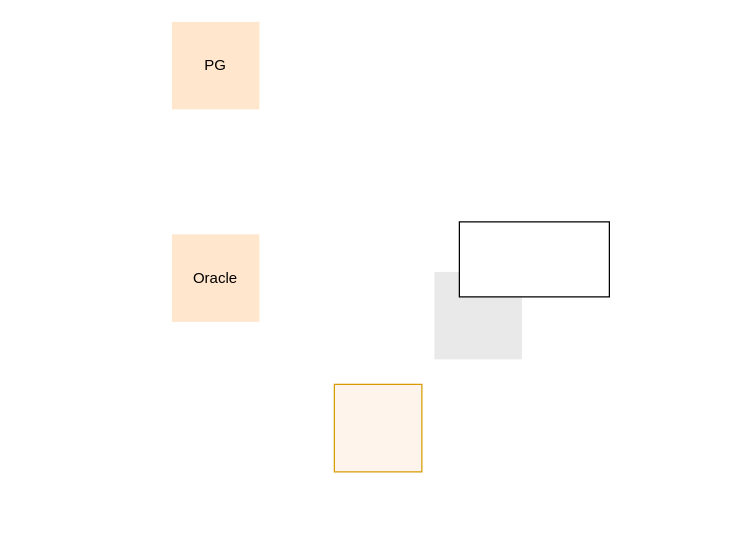
Before: net/docs/Untitled Diagram.drawio in andrey-belchenko/sql-builder-web, a draw.io diagram. Source tidied: cells renumbered, new cells numbered last; positions are measured from the earlier drawing's top-left corner, leaving out a move shared by most shapes. Both pictures are drawn from the tidied source at 125%, with x=0, y=0 at pixel (171, 21).
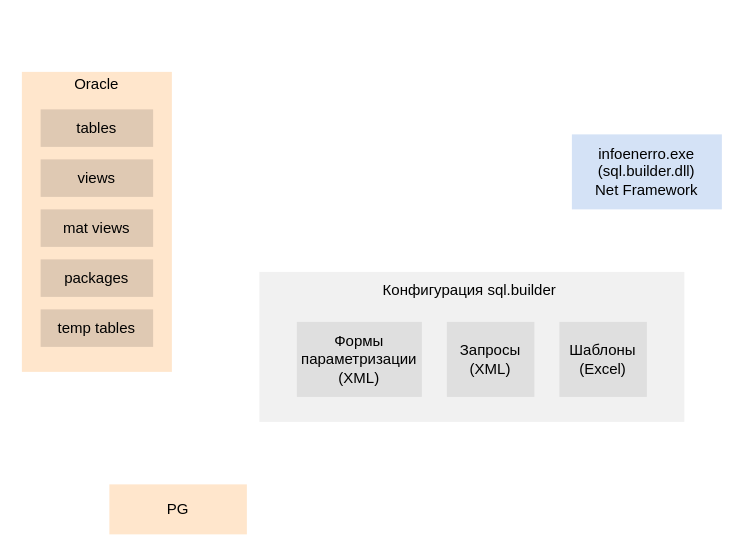
The same diagram, later.

Commit message:
Reports WEB Arch.drawio

The edit, as a diff of the source:
```diff
@@
 <mxGraphModel>
   <root>
     <mxCell id="0" />
     <mxCell id="1" parent="0" />
+    <mxCell id="7" style="rounded=0;whiteSpace=wrap;html=1;shadow=0;fillStyle=auto;align=center;verticalAlign=middle;fontFamily=Helvetica;fontSize=12;fontColor=default;fillColor=#F1F1F1;strokeColor=none;" parent="1" vertex="1">
+      <mxGeometry x="70" y="200" width="340" height="120" as="geometry" />
+    </mxCell>
+    <mxCell id="6" value="Формы параметризации (XML)" style="rounded=0;whiteSpace=wrap;html=1;shadow=0;fillStyle=auto;align=center;verticalAlign=middle;fontFamily=Helvetica;fontSize=12;fontColor=default;fillColor=#DFDFDF;strokeColor=none;" parent="1" vertex="1">
+      <mxGeometry x="100" y="240" width="100" height="60" as="geometry" />
+    </mxCell>
-    <mxCell id="2" value="PG" style="whiteSpace=wrap;html=1;fillColor=#ffe6cc;strokeColor=none;fillStyle=auto;rounded=0;" parent="1" vertex="1">
-      <mxGeometry width="70" height="70" as="geometry" />
+    <mxCell id="2" value="PG" style="rounded=0;whiteSpace=wrap;html=1;fillStyle=auto;align=center;verticalAlign=middle;fontFamily=Helvetica;fontSize=12;fontColor=default;fillColor=#ffe6cc;strokeColor=none;" parent="1" vertex="1">
+      <mxGeometry x="-50" y="370" width="110" height="40" as="geometry" />
     </mxCell>
-    <mxCell id="3" style="whiteSpace=wrap;html=1;fillColor=#FFF4EB;strokeColor=#d79b00;fillStyle=auto;" parent="1" vertex="1">
-      <mxGeometry x="130" y="290" width="70" height="70" as="geometry" />
-    </mxCell>
+    <mxCell id="8" style="rounded=0;whiteSpace=wrap;html=1;fillStyle=auto;align=center;verticalAlign=middle;fontFamily=Helvetica;fontSize=12;fontColor=default;fillColor=#ffe6cc;strokeColor=none;" parent="1" vertex="1">
+      <mxGeometry x="-120" y="40" width="120" height="240" as="geometry" />
+    </mxCell>
+    <mxCell id="9" value="Запросы (XML)" style="rounded=0;whiteSpace=wrap;html=1;shadow=0;fillStyle=auto;align=center;verticalAlign=middle;fontFamily=Helvetica;fontSize=12;fontColor=default;fillColor=#DFDFDF;strokeColor=none;" parent="1" vertex="1">
+      <mxGeometry x="220" y="240" width="70" height="60" as="geometry" />
+    </mxCell>
+    <mxCell id="10" value="Шаблоны (Excel)" style="rounded=0;whiteSpace=wrap;html=1;shadow=0;fillStyle=auto;align=center;verticalAlign=middle;fontFamily=Helvetica;fontSize=12;fontColor=default;fillColor=#DFDFDF;strokeColor=none;" parent="1" vertex="1">
+      <mxGeometry x="310" y="240" width="70" height="60" as="geometry" />
+    </mxCell>
+    <mxCell id="11" value="Конфигурация sql.builder&amp;nbsp;" style="rounded=0;whiteSpace=wrap;html=1;fillColor=none;strokeColor=none;" parent="1" vertex="1">
+      <mxGeometry x="125" y="200" width="230" height="30" as="geometry" />
+    </mxCell>
-    <mxCell id="4" value="Oracle" style="whiteSpace=wrap;html=1;fillColor=#ffe6cc;strokeColor=none;fillStyle=auto;rounded=0;" parent="1" vertex="1">
-      <mxGeometry y="170" width="70" height="70" as="geometry" />
+    <mxCell id="4" value="Oracle" style="rounded=0;whiteSpace=wrap;html=1;fillStyle=auto;align=center;verticalAlign=middle;fontFamily=Helvetica;fontSize=12;fontColor=default;fillColor=none;strokeColor=none;" parent="1" vertex="1">
+      <mxGeometry x="-115" y="40" width="110" height="20" as="geometry" />
     </mxCell>
-    <mxCell id="5" style="whiteSpace=wrap;html=1;fillStyle=auto;rounded=0;strokeColor=none;fillColor=#E9E9E9;shadow=0;" parent="1" vertex="1">
-      <mxGeometry x="210" y="200" width="70" height="70" as="geometry" />
-    </mxCell>
-    <mxCell id="6" style="rounded=0;whiteSpace=wrap;html=1;" parent="1" vertex="1">
-      <mxGeometry x="230" y="160" width="120" height="60" as="geometry" />
-    </mxCell>
+    <mxCell id="12" value="packages" style="rounded=0;whiteSpace=wrap;html=1;fillStyle=auto;align=center;verticalAlign=middle;fontFamily=Helvetica;fontSize=12;fontColor=default;fillColor=#DFC9B3;strokeColor=none;" parent="1" vertex="1">
+      <mxGeometry x="-105" y="190" width="90" height="30" as="geometry" />
+    </mxCell>
+    <mxCell id="13" value="temp tables" style="rounded=0;whiteSpace=wrap;html=1;fillStyle=auto;align=center;verticalAlign=middle;fontFamily=Helvetica;fontSize=12;fontColor=default;fillColor=#DFC9B3;strokeColor=none;" parent="1" vertex="1">
+      <mxGeometry x="-105" y="230" width="90" height="30" as="geometry" />
+    </mxCell>
+    <mxCell id="14" value="mat views" style="rounded=0;whiteSpace=wrap;html=1;fillStyle=auto;align=center;verticalAlign=middle;fontFamily=Helvetica;fontSize=12;fontColor=default;fillColor=#DFC9B3;strokeColor=none;" parent="1" vertex="1">
+      <mxGeometry x="-105" y="150" width="90" height="30" as="geometry" />
+    </mxCell>
+    <mxCell id="15" value="tables" style="rounded=0;whiteSpace=wrap;html=1;fillStyle=auto;align=center;verticalAlign=middle;fontFamily=Helvetica;fontSize=12;fontColor=default;fillColor=#DFC9B3;strokeColor=none;" parent="1" vertex="1">
+      <mxGeometry x="-105" y="70" width="90" height="30" as="geometry" />
+    </mxCell>
+    <mxCell id="16" value="views" style="rounded=0;whiteSpace=wrap;html=1;fillStyle=auto;align=center;verticalAlign=middle;fontFamily=Helvetica;fontSize=12;fontColor=default;fillColor=#DFC9B3;strokeColor=none;" parent="1" vertex="1">
+      <mxGeometry x="-105" y="110" width="90" height="30" as="geometry" />
+    </mxCell>
+    <mxCell id="17" value="infoenerro.exe&lt;br&gt;(sql.builder.dll)&lt;br&gt;Net Framework" style="rounded=0;whiteSpace=wrap;html=1;fillColor=#D4E2F6;strokeColor=none;" parent="1" vertex="1">
+      <mxGeometry x="320" y="90" width="120" height="60" as="geometry" />
+    </mxCell>
   </root>
 </mxGraphModel>
```
